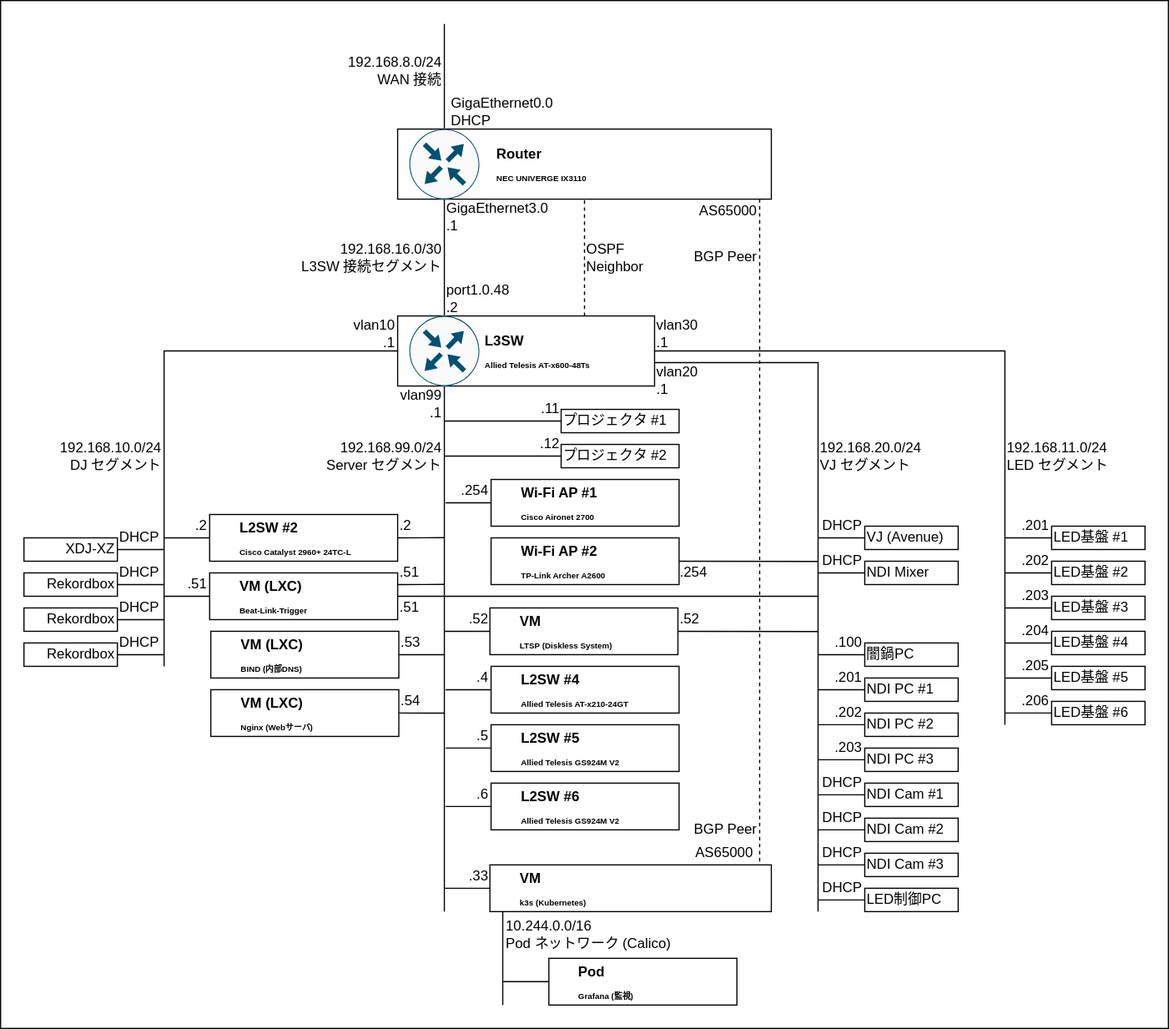
Before: network/design/logic.drawio.svg, a diagram exported from draw.io (TechnoTUT/Infrastructure). Source tidied: cells renumbered, new cells last; positions are measured from the earlier drawing's top-left corner, leaving out a move shared by most shapes.
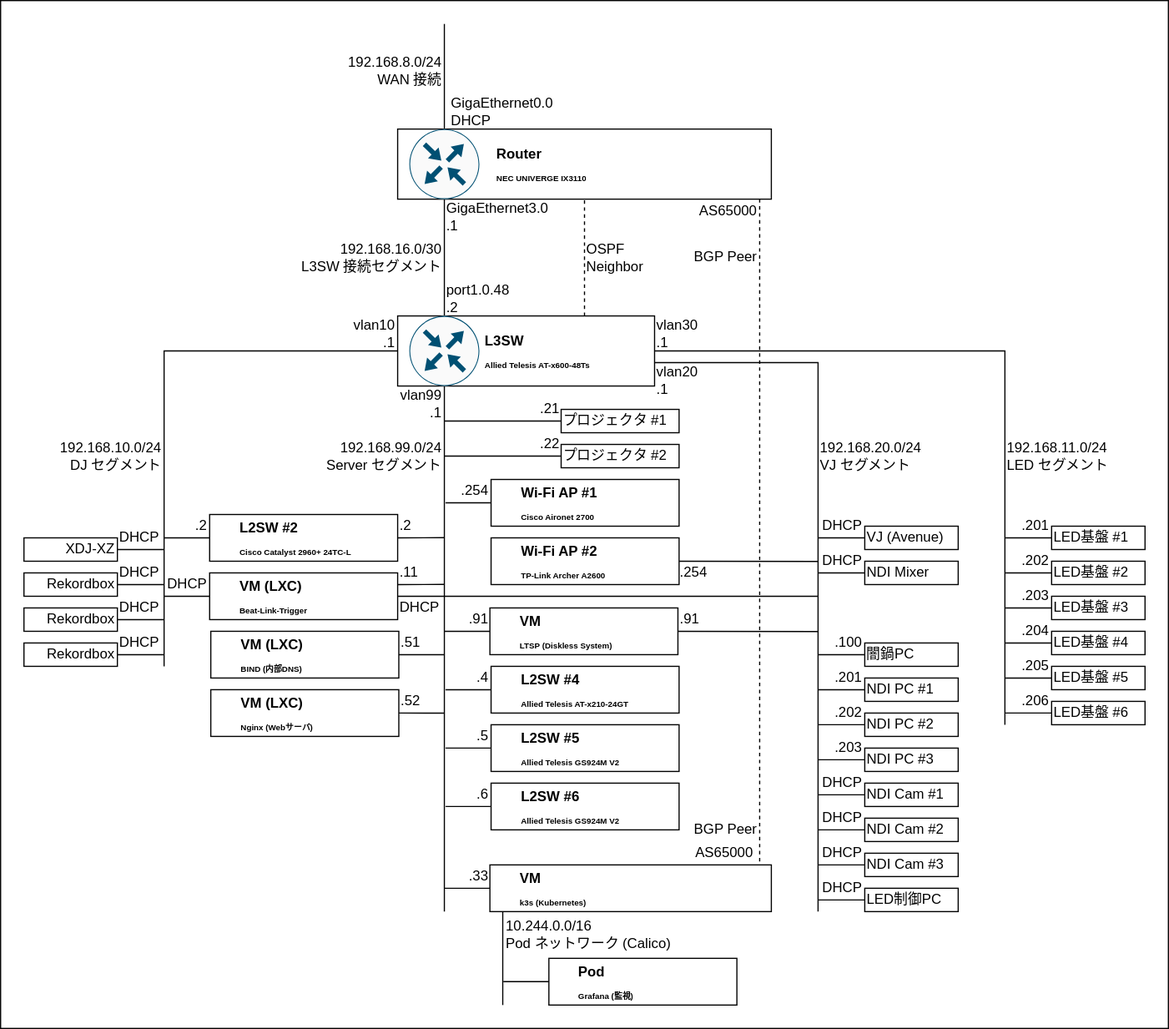
Later version of the same file.

What changed in the source:
```diff
@@ -288,7 +288,7 @@
         <mxPoint x="140" y="510" as="sourcePoint" />
       </mxGeometry>
     </mxCell>
-    <mxCell id="79" value=".51" style="text;html=1;strokeColor=none;fillColor=none;align=right;verticalAlign=middle;whiteSpace=wrap;rounded=0;" parent="1" vertex="1">
+    <mxCell id="79" value="DHCP" style="text;html=1;strokeColor=none;fillColor=none;align=right;verticalAlign=middle;whiteSpace=wrap;rounded=0;" parent="1" vertex="1">
       <mxGeometry x="139" y="490" width="40" height="20" as="geometry" />
     </mxCell>
     <mxCell id="80" style="edgeStyle=none;rounded=0;html=1;exitX=1;exitY=0.5;exitDx=0;exitDy=0;startArrow=none;startFill=0;endArrow=none;endFill=0;" parent="1" edge="1">
@@ -297,7 +297,7 @@
         <mxPoint x="380" y="499.9" as="targetPoint" />
       </mxGeometry>
     </mxCell>
-    <mxCell id="81" value=".51" style="text;html=1;strokeColor=none;fillColor=none;align=left;verticalAlign=middle;whiteSpace=wrap;rounded=0;" parent="1" vertex="1">
+    <mxCell id="81" value=".11" style="text;html=1;strokeColor=none;fillColor=none;align=left;verticalAlign=middle;whiteSpace=wrap;rounded=0;" parent="1" vertex="1">
       <mxGeometry x="340" y="480" width="40" height="20" as="geometry" />
     </mxCell>
     <mxCell id="82" style="edgeStyle=none;rounded=0;html=1;exitX=1;exitY=0.5;exitDx=0;exitDy=0;startArrow=none;startFill=0;endArrow=none;endFill=0;" parent="1" edge="1">
@@ -306,7 +306,7 @@
         <mxPoint x="700" y="510" as="targetPoint" />
       </mxGeometry>
     </mxCell>
-    <mxCell id="83" value=".51" style="text;html=1;strokeColor=none;fillColor=none;align=left;verticalAlign=middle;whiteSpace=wrap;rounded=0;" parent="1" vertex="1">
+    <mxCell id="83" value="DHCP" style="text;html=1;strokeColor=none;fillColor=none;align=left;verticalAlign=middle;whiteSpace=wrap;rounded=0;" parent="1" vertex="1">
       <mxGeometry x="340" y="510" width="40" height="20" as="geometry" />
     </mxCell>
     <mxCell id="84" style="endArrow=none;html=1;rounded=0;align=right;" parent="1" edge="1">
@@ -463,10 +463,10 @@
     <mxCell id="126" value="&lt;h1&gt;&lt;font style=&quot;&quot;&gt;&lt;span style=&quot;font-size: 12px;&quot;&gt;VM&lt;br&gt;&lt;/span&gt;&lt;/font&gt;&lt;span style=&quot;font-size: 7px;&quot;&gt;LTSP (Diskless System)&lt;/span&gt;&lt;/h1&gt;" style="text;html=1;strokeColor=none;fillColor=none;spacing=5;spacingTop=-20;whiteSpace=wrap;overflow=hidden;rounded=0;fontSize=8;" parent="1" vertex="1">
       <mxGeometry x="439.5" y="520" width="120" height="40" as="geometry" />
     </mxCell>
-    <mxCell id="127" value=".52" style="text;html=1;strokeColor=none;fillColor=none;align=right;verticalAlign=middle;whiteSpace=wrap;rounded=0;" parent="1" vertex="1">
+    <mxCell id="127" value=".91" style="text;html=1;strokeColor=none;fillColor=none;align=right;verticalAlign=middle;whiteSpace=wrap;rounded=0;" parent="1" vertex="1">
       <mxGeometry x="380" y="520" width="40" height="20" as="geometry" />
     </mxCell>
-    <mxCell id="128" value=".52" style="text;html=1;strokeColor=none;fillColor=none;align=left;verticalAlign=middle;whiteSpace=wrap;rounded=0;" parent="1" vertex="1">
+    <mxCell id="128" value=".91" style="text;html=1;strokeColor=none;fillColor=none;align=left;verticalAlign=middle;whiteSpace=wrap;rounded=0;" parent="1" vertex="1">
       <mxGeometry x="580" y="520" width="40" height="20" as="geometry" />
     </mxCell>
     <mxCell id="129" style="endArrow=none;html=1;rounded=0;entryX=0;entryY=0.5;entryDx=0;entryDy=0;" parent="1" edge="1" target="131">
@@ -658,7 +658,7 @@
     <mxCell id="181" value="&lt;h1&gt;&lt;font style=&quot;&quot;&gt;&lt;span style=&quot;font-size: 12px;&quot;&gt;VM (LXC)&lt;br&gt;&lt;/span&gt;&lt;/font&gt;&lt;span style=&quot;font-size: 7px;&quot;&gt;BIND (内部DNS)&lt;/span&gt;&lt;/h1&gt;" style="text;html=1;strokeColor=none;fillColor=none;spacing=5;spacingTop=-20;whiteSpace=wrap;overflow=hidden;rounded=0;fontSize=8;" parent="1" vertex="1">
       <mxGeometry x="200.5" y="540" width="120" height="40" as="geometry" />
     </mxCell>
-    <mxCell id="182" value=".53" style="text;html=1;strokeColor=none;fillColor=none;align=left;verticalAlign=middle;whiteSpace=wrap;rounded=0;" parent="1" vertex="1">
+    <mxCell id="182" value=".51" style="text;html=1;strokeColor=none;fillColor=none;align=left;verticalAlign=middle;whiteSpace=wrap;rounded=0;" parent="1" vertex="1">
       <mxGeometry x="341" y="540" width="40" height="20" as="geometry" />
     </mxCell>
     <mxCell id="183" style="edgeStyle=none;rounded=0;html=1;exitX=1;exitY=0.5;exitDx=0;exitDy=0;fontSize=7;startArrow=none;startFill=0;endArrow=none;endFill=0;" parent="1" edge="1" source="184">
@@ -672,7 +672,7 @@
     <mxCell id="185" value="&lt;h1&gt;&lt;font style=&quot;&quot;&gt;&lt;span style=&quot;font-size: 12px;&quot;&gt;VM (LXC)&lt;br&gt;&lt;/span&gt;&lt;/font&gt;&lt;span style=&quot;font-size: 7px;&quot;&gt;Nginx (Webサーバ)&lt;/span&gt;&lt;/h1&gt;" style="text;html=1;strokeColor=none;fillColor=none;spacing=5;spacingTop=-20;whiteSpace=wrap;overflow=hidden;rounded=0;fontSize=8;" parent="1" vertex="1">
       <mxGeometry x="200.5" y="590" width="120" height="40" as="geometry" />
     </mxCell>
-    <mxCell id="186" value=".54" style="text;html=1;strokeColor=none;fillColor=none;align=left;verticalAlign=middle;whiteSpace=wrap;rounded=0;" parent="1" vertex="1">
+    <mxCell id="186" value=".52" style="text;html=1;strokeColor=none;fillColor=none;align=left;verticalAlign=middle;whiteSpace=wrap;rounded=0;" parent="1" vertex="1">
       <mxGeometry x="341" y="590" width="40" height="20" as="geometry" />
     </mxCell>
     <mxCell id="187" value="10.244.0.0/16&lt;br&gt;&lt;div style=&quot;&quot;&gt;Pod ネットワーク (Calico)&lt;/div&gt;" style="text;html=1;strokeColor=none;fillColor=none;align=left;verticalAlign=middle;whiteSpace=wrap;rounded=0;" parent="1" vertex="1">
@@ -704,13 +704,13 @@
     <mxCell id="195" value="プロジェクタ #1" style="text;html=1;strokeColor=none;fillColor=none;align=left;verticalAlign=middle;whiteSpace=wrap;rounded=0;" parent="193" vertex="1">
       <mxGeometry width="101" height="20" as="geometry" />
     </mxCell>
-    <mxCell id="196" value=".11" style="text;html=1;strokeColor=none;fillColor=none;align=right;verticalAlign=middle;whiteSpace=wrap;rounded=0;" parent="1" vertex="1">
+    <mxCell id="196" value=".21" style="text;html=1;strokeColor=none;fillColor=none;align=right;verticalAlign=middle;whiteSpace=wrap;rounded=0;" parent="1" vertex="1">
       <mxGeometry x="440.5" y="340" width="40" height="20" as="geometry" />
     </mxCell>
     <mxCell id="197" style="endArrow=none;html=1;rounded=0;align=right;exitX=1;exitY=0.5;exitDx=0;exitDy=0;entryX=1;entryY=1;entryDx=0;entryDy=0;" parent="1" edge="1" source="20" target="198">
       <mxGeometry relative="1" as="geometry" />
     </mxCell>
-    <mxCell id="198" value=".12" style="text;html=1;strokeColor=none;fillColor=none;align=right;verticalAlign=middle;whiteSpace=wrap;rounded=0;" parent="1" vertex="1">
+    <mxCell id="198" value=".22" style="text;html=1;strokeColor=none;fillColor=none;align=right;verticalAlign=middle;whiteSpace=wrap;rounded=0;" parent="1" vertex="1">
       <mxGeometry x="440.5" y="370" width="40" height="20" as="geometry" />
     </mxCell>
     <mxCell id="199" style="group;align=left;" parent="1" vertex="1">
```
